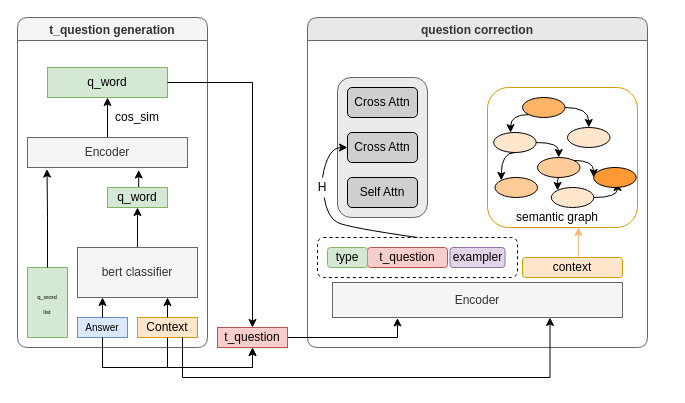
This is allQG model .drawio from FantasyoO666/open-ended_question_ontology, a draw.io file, before an edit. Source tidied: cells renumbered, new cells numbered last; positions are measured from the earlier drawing's top-left corner, leaving out a move shared by most shapes. Both pictures are drawn from the tidied source at 100%, with x=0, y=0 at pixel (17, 17).
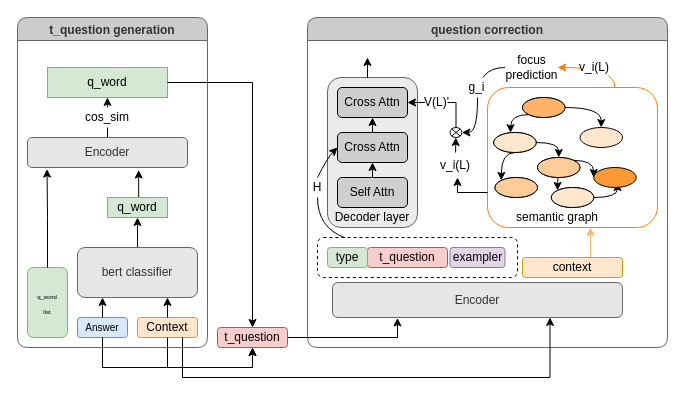
After the change.

The change refers to these unchanged cells:
```xml
<mxCell id="22" style="rounded=1;whiteSpace=wrap;html=1;fillColor=none;dashed=1;" parent="16" vertex="1">
  <mxGeometry x="10" y="220" width="200" height="40" as="geometry" />
</mxCell>
<mxCell id="33" style="ellipse;whiteSpace=wrap;html=1;rounded=1;fillColor=#FFB366;" parent="16" vertex="1">
  <mxGeometry x="215" y="80" width="42.5" height="20" as="geometry" />
</mxCell>
```

What changed in the source:
```diff
@@
-<mxGraphModel>
+<mxGraphModel background="#ffffff">
@@
-    <mxCell id="2" value="t_question generation" style="swimlane;fillColor=#f5f5f5;strokeColor=#666666;fontColor=#333333;rounded=1;" parent="1" vertex="1">
+    <mxCell id="2" value="t_question generation" style="swimlane;strokeColor=#666666;fontColor=#333333;rounded=1;fillColor=#CCCCCC;" parent="1" vertex="1">
       <mxGeometry width="190" height="330" as="geometry" />
     </mxCell>
-    <mxCell id="3" value="Context" style="rounded=0;whiteSpace=wrap;html=1;fillColor=#ffe6cc;strokeColor=#d79b00;" parent="2" vertex="1">
+    <mxCell id="3" value="Context" style="rounded=1;whiteSpace=wrap;html=1;fillColor=#ffe6cc;strokeColor=#d79b00;" parent="2" vertex="1">
       <mxGeometry x="120" y="300" width="60" height="20" as="geometry" />
     </mxCell>
-    <mxCell id="4" value="&lt;font style=&quot;font-size: 10px&quot;&gt;Answer&lt;/font&gt;" style="rounded=0;whiteSpace=wrap;html=1;fillColor=#dae8fc;strokeColor=#6c8ebf;" parent="2" vertex="1">
+    <mxCell id="4" value="&lt;font style=&quot;font-size: 10px&quot;&gt;Answer&lt;/font&gt;" style="rounded=1;whiteSpace=wrap;html=1;fillColor=#dae8fc;strokeColor=#6c8ebf;" parent="2" vertex="1">
       <mxGeometry x="60" y="300" width="50" height="20" as="geometry" />
     </mxCell>
@@
-    <mxCell id="6" value="bert classifier" style="rounded=0;whiteSpace=wrap;html=1;fillColor=#f5f5f5;strokeColor=#666666;fontColor=#333333;" parent="2" vertex="1">
+    <mxCell id="6" value="bert classifier" style="rounded=1;whiteSpace=wrap;html=1;strokeColor=#666666;fontColor=#333333;fillColor=#E6E6E6;" parent="2" vertex="1">
       <mxGeometry x="60" y="230" width="120" height="50" as="geometry" />
     </mxCell>
-    <mxCell id="7" value="&lt;font style=&quot;font-size: 6px&quot;&gt;q_word&lt;br style=&quot;font-size: 6px&quot;&gt;list&lt;/font&gt;" style="rounded=0;whiteSpace=wrap;html=1;fillColor=#d5e8d4;strokeColor=#82b366;" parent="2" vertex="1">
+    <mxCell id="7" value="&lt;font style=&quot;font-size: 6px&quot;&gt;q_word&lt;br style=&quot;font-size: 6px&quot;&gt;list&lt;/font&gt;" style="rounded=1;whiteSpace=wrap;html=1;fillColor=#d5e8d4;strokeColor=#82b366;" parent="2" vertex="1">
       <mxGeometry x="10" y="250" width="40" height="70" as="geometry" />
     </mxCell>
@@
     <mxCell id="10" value="q_word" style="whiteSpace=wrap;html=1;rounded=0;strokeColor=#82b366;fillColor=#d5e8d4;" parent="2" vertex="1">
-      <mxGeometry x="90" y="170" width="60" height="20" as="geometry" />
+      <mxGeometry x="90" y="180" width="60" height="20" as="geometry" />
     </mxCell>
@@
-    <mxCell id="12" value="Encoder" style="rounded=0;whiteSpace=wrap;html=1;fillColor=#f5f5f5;strokeColor=#666666;fontColor=#333333;" parent="2" vertex="1">
+    <mxCell id="12" value="Encoder" style="rounded=1;whiteSpace=wrap;html=1;strokeColor=#666666;fontColor=#333333;fillColor=#E6E6E6;" parent="2" vertex="1">
       <mxGeometry x="10" y="120" width="160" height="30" as="geometry" />
     </mxCell>
@@
-    <mxCell id="15" value="cos_sim" style="text;html=1;strokeColor=none;fillColor=none;align=center;verticalAlign=middle;whiteSpace=wrap;rounded=0;" parent="2" vertex="1">
-      <mxGeometry x="100" y="90" width="40" height="20" as="geometry" />
+    <mxCell id="15" value="cos_sim" style="text;html=1;strokeColor=none;align=center;verticalAlign=middle;whiteSpace=wrap;rounded=0;fillColor=#ffffff;" parent="2" vertex="1">
+      <mxGeometry x="70" y="90" width="40" height="20" as="geometry" />
     </mxCell>
-    <mxCell id="16" value="question correction" style="swimlane;strokeColor=#666666;fontColor=#333333;fillColor=#E8E8E8;rounded=1;" parent="1" vertex="1">
-      <mxGeometry x="290" width="340" height="330" as="geometry" />
+    <mxCell id="16" value="question correction" style="swimlane;rounded=1;strokeColor=#666666;fontColor=#333333;fillColor=#CCCCCC;" parent="1" vertex="1">
+      <mxGeometry x="290" width="360" height="330" as="geometry" />
     </mxCell>
-    <mxCell id="17" value="Encoder" style="rounded=0;whiteSpace=wrap;html=1;fillColor=#f5f5f5;strokeColor=#666666;fontColor=#333333;" parent="16" vertex="1">
+    <mxCell id="17" value="Encoder" style="rounded=1;whiteSpace=wrap;html=1;strokeColor=#666666;fontColor=#333333;fillColor=#E6E6E6;" parent="16" vertex="1">
       <mxGeometry x="25" y="265" width="290" height="35" as="geometry" />
     </mxCell>
@@
-    <mxCell id="23" value="type" style="rounded=1;whiteSpace=wrap;html=1;fillColor=#d5e8d4;strokeColor=#82b366;" parent="16" vertex="1">
+    <mxCell id="23" value="type" style="rounded=1;whiteSpace=wrap;html=1;strokeColor=#82b366;fillColor=#d5e8d4;" parent="16" vertex="1">
       <mxGeometry x="20" y="230" width="40" height="20" as="geometry" />
     </mxCell>
     <mxCell id="24" style="rounded=1;whiteSpace=wrap;html=1;strokeColor=#666666;fontColor=#333333;fillColor=#EBEBEB;" parent="16" vertex="1">
-      <mxGeometry x="30" y="60" width="90" height="140" as="geometry" />
+      <mxGeometry x="20" y="60" width="90" height="150" as="geometry" />
     </mxCell>
     <mxCell id="25" value="Self Attn" style="rounded=1;whiteSpace=wrap;html=1;fillColor=#CFCFCF;" parent="16" vertex="1">
-      <mxGeometry x="40" y="160" width="70" height="30" as="geometry" />
+      <mxGeometry x="30" y="160" width="70" height="30" as="geometry" />
     </mxCell>
+    <mxCell id="54" style="edgeStyle=orthogonalEdgeStyle;rounded=0;jettySize=auto;html=1;exitX=0.5;exitY=0;exitDx=0;exitDy=0;entryX=0.5;entryY=1;entryDx=0;entryDy=0;strokeColor=#000000;" parent="16" edge="1" source="26" target="27">
+      <mxGeometry relative="1" as="geometry" />
+    </mxCell>
     <mxCell id="26" value="Cross Attn" style="rounded=1;whiteSpace=wrap;html=1;fillColor=#CFCFCF;" parent="16" vertex="1">
-      <mxGeometry x="40" y="115" width="70" height="30" as="geometry" />
+      <mxGeometry x="30" y="115" width="70" height="30" as="geometry" />
     </mxCell>
     <mxCell id="27" value="Cross Attn" style="rounded=1;whiteSpace=wrap;html=1;fillColor=#CFCFCF;" parent="16" vertex="1">
-      <mxGeometry x="40" y="70" width="70" height="30" as="geometry" />
+      <mxGeometry x="30" y="70" width="70" height="30" as="geometry" />
     </mxCell>
     <mxCell id="28" value="H" style="rounded=1;whiteSpace=wrap;html=1;strokeColor=none;fillColor=none;" parent="16" vertex="1">
-      <mxGeometry y="160" width="30" height="20" as="geometry" />
+      <mxGeometry x="-5" y="160" width="30" height="20" as="geometry" />
     </mxCell>
-    <mxCell id="29" style="curved=1;endArrow=none;html=1;exitX=0.5;exitY=0;exitDx=0;exitDy=0;" parent="16" edge="1" source="22" target="28">
+    <mxCell id="29" style="curved=1;endArrow=none;html=1;exitX=0.138;exitY=0.01;exitDx=0;exitDy=0;exitPerimeter=0;" parent="16" edge="1" source="22" target="28">
       <mxGeometry relative="1" as="geometry">
         <Array as="points">
-          <mxPoint x="40" y="210" />
-          <mxPoint x="20" y="200" />
+          <mxPoint x="10" y="210" />
         </Array>
       </mxGeometry>
     </mxCell>
-    <mxCell id="30" style="rounded=1;whiteSpace=wrap;html=1;strokeColor=#d79b00;fillColor=none;" parent="16" vertex="1">
-      <mxGeometry x="180" y="70" width="150" height="140" as="geometry" />
+    <mxCell id="30" style="rounded=1;whiteSpace=wrap;html=1;fillColor=none;strokeColor=#FF8000;" parent="16" vertex="1">
+      <mxGeometry x="180" y="70" width="170" height="140" as="geometry" />
     </mxCell>
-    <mxCell id="31" style="edgeStyle=orthogonalEdgeStyle;curved=1;jettySize=auto;html=1;exitX=1;exitY=0.5;exitDx=0;exitDy=0;entryX=0.5;entryY=0;entryDx=0;entryDy=0;" parent="16" edge="1" source="33" target="34">
-      <mxGeometry relative="1" as="geometry" />
-    </mxCell>
@@
-    <mxCell id="34" style="ellipse;whiteSpace=wrap;html=1;rounded=1;fillColor=#ffe6cc;" parent="16" vertex="1">
-      <mxGeometry x="260" y="110" width="42.5" height="20" as="geometry" />
-    </mxCell>
@@
+    <mxCell id="55" value="v_i(L)" style="rounded=1;whiteSpace=wrap;html=1;strokeColor=none;" parent="16" vertex="1">
+      <mxGeometry x="130" y="135" width="36.2" height="25" as="geometry" />
+    </mxCell>
+    <mxCell id="56" style="edgeStyle=orthogonalEdgeStyle;rounded=0;jettySize=auto;html=1;entryX=1;entryY=0.5;entryDx=0;entryDy=0;strokeColor=#000000;" parent="16" edge="1" source="57" target="27">
+      <mxGeometry relative="1" as="geometry">
+        <Array as="points">
+          <mxPoint x="148" y="85" />
+        </Array>
+      </mxGeometry>
+    </mxCell>
+    <mxCell id="57" style="verticalLabelPosition=bottom;verticalAlign=top;html=1;shape=mxgraph.flowchart.or;rounded=1;" parent="16" vertex="1">
+      <mxGeometry x="142.5" y="110" width="11.9" height="10" as="geometry" />
+    </mxCell>
+    <mxCell id="58" style="edgeStyle=orthogonalEdgeStyle;jettySize=auto;html=1;exitX=0;exitY=0.5;exitDx=0;exitDy=0;entryX=1;entryY=0.5;entryDx=0;entryDy=0;entryPerimeter=0;strokeColor=#000000;curved=1;" parent="16" edge="1" source="59" target="57">
+      <mxGeometry relative="1" as="geometry">
+        <Array as="points">
+          <mxPoint x="170" y="50" />
+          <mxPoint x="170" y="115" />
+        </Array>
+      </mxGeometry>
+    </mxCell>
+    <mxCell id="59" value="focus prediction" style="rounded=1;whiteSpace=wrap;html=1;strokeColor=none;" parent="16" vertex="1">
+      <mxGeometry x="197.5" y="40" width="52.5" height="20" as="geometry" />
+    </mxCell>
+    <mxCell id="60" value="g_i" style="rounded=1;whiteSpace=wrap;html=1;strokeColor=none;" parent="16" vertex="1">
+      <mxGeometry x="159.2" y="60" width="20.8" height="20" as="geometry" />
+    </mxCell>
+    <mxCell id="61" style="edgeStyle=orthogonalEdgeStyle;curved=1;jettySize=auto;html=1;exitX=0.75;exitY=0;exitDx=0;exitDy=0;entryX=1;entryY=0.5;entryDx=0;entryDy=0;strokeColor=#FF8000;" parent="16" edge="1" source="30" target="59">
+      <mxGeometry relative="1" as="geometry">
+        <Array as="points">
+          <mxPoint x="308" y="50" />
+        </Array>
+      </mxGeometry>
+    </mxCell>
+    <mxCell id="62" value="v_i(L)" style="rounded=1;whiteSpace=wrap;html=1;strokeColor=none;" parent="16" vertex="1">
+      <mxGeometry x="273.8" y="40" width="26.2" height="20" as="geometry" />
+    </mxCell>
+    <mxCell id="63" value="V(L)'" style="rounded=0;whiteSpace=wrap;html=1;fillColor=#ffffff;strokeColor=none;" parent="16" vertex="1">
+      <mxGeometry x="117.5" y="75" width="22.5" height="20" as="geometry" />
+    </mxCell>
+    <mxCell id="64" style="ellipse;whiteSpace=wrap;html=1;rounded=1;fillColor=#FFB366;" parent="16" vertex="1">
+      <mxGeometry x="215" y="80" width="42.5" height="20" as="geometry" />
+    </mxCell>
+    <mxCell id="65" style="ellipse;whiteSpace=wrap;html=1;rounded=1;fillColor=#ffe6cc;" parent="16" vertex="1">
+      <mxGeometry x="186.2" y="115" width="42.5" height="20" as="geometry" />
+    </mxCell>
+    <mxCell id="66" style="ellipse;whiteSpace=wrap;html=1;rounded=1;fillColor=#FFCC99;" parent="16" vertex="1">
+      <mxGeometry x="187.5" y="160" width="42.5" height="20" as="geometry" />
+    </mxCell>
+    <mxCell id="67" style="ellipse;whiteSpace=wrap;html=1;rounded=1;fillColor=#FFCC99;" parent="16" vertex="1">
+      <mxGeometry x="230" y="140" width="42.5" height="20" as="geometry" />
+    </mxCell>
+    <mxCell id="68" style="ellipse;whiteSpace=wrap;html=1;rounded=1;fillColor=#ffe6cc;" parent="16" vertex="1">
+      <mxGeometry x="243.8" y="170" width="42.5" height="20" as="geometry" />
+    </mxCell>
+    <mxCell id="69" style="ellipse;whiteSpace=wrap;html=1;rounded=1;fillColor=#ffe6cc;" parent="16" vertex="1">
+      <mxGeometry x="272.5" y="110" width="42.5" height="20" as="geometry" />
+    </mxCell>
+    <mxCell id="70" style="edgeStyle=orthogonalEdgeStyle;curved=1;jettySize=auto;html=1;exitX=1;exitY=0.5;exitDx=0;exitDy=0;entryX=0.5;entryY=0;entryDx=0;entryDy=0;" parent="16" edge="1" source="64" target="69">
+      <mxGeometry relative="1" as="geometry" />
+    </mxCell>
+    <mxCell id="71" style="endArrow=classic;html=1;strokeColor=#000000;exitX=0.5;exitY=0;exitDx=0;exitDy=0;entryX=0.5;entryY=1;entryDx=0;entryDy=0;" parent="16" edge="1" source="25" target="26">
+      <mxGeometry relative="1" as="geometry" />
+    </mxCell>
+    <mxCell id="72" value="Decoder layer" style="text;html=1;strokeColor=none;fillColor=none;align=center;verticalAlign=middle;whiteSpace=wrap;rounded=0;" parent="16" vertex="1">
+      <mxGeometry x="15" y="190" width="100" height="20" as="geometry" />
+    </mxCell>
@@
-    <mxCell id="48" value="t_question" style="rounded=0;whiteSpace=wrap;html=1;fillColor=#f8cecc;strokeColor=#b85450;" parent="1" vertex="1">
+    <mxCell id="48" value="t_question" style="rounded=1;whiteSpace=wrap;html=1;fillColor=#f8cecc;strokeColor=#b85450;" parent="1" vertex="1">
       <mxGeometry x="200" y="310" width="70" height="20" as="geometry" />
     </mxCell>
@@
     <mxCell id="53" style="curved=1;endArrow=classic;html=1;exitX=0.5;exitY=0;exitDx=0;exitDy=0;startArrow=none;" parent="1" edge="1" source="28">
       <mxGeometry relative="1" as="geometry">
-        <mxPoint x="330" y="130" as="targetPoint" />
+        <mxPoint x="320" y="130" as="targetPoint" />
         <Array as="points">
-          <mxPoint x="310" y="130" />
+          <mxPoint x="310" y="140" />
+          <mxPoint x="320" y="130" />
         </Array>
       </mxGeometry>
     </mxCell>
+    <mxCell id="73" style="edgeStyle=orthogonalEdgeStyle;jettySize=auto;html=1;exitX=0;exitY=0.75;exitDx=0;exitDy=0;strokeColor=#000000;rounded=0;" parent="1" edge="1" source="30">
+      <mxGeometry relative="1" as="geometry">
+        <mxPoint x="440" y="160" as="targetPoint" />
+        <Array as="points">
+          <mxPoint x="440" y="175" />
+        </Array>
+      </mxGeometry>
+    </mxCell>
+    <mxCell id="74" style="edgeStyle=orthogonalEdgeStyle;rounded=0;jettySize=auto;html=1;exitX=0.5;exitY=0;exitDx=0;exitDy=0;strokeColor=#000000;" parent="1" edge="1" source="55">
+      <mxGeometry relative="1" as="geometry">
+        <mxPoint x="438.3" y="120" as="targetPoint" />
+      </mxGeometry>
+    </mxCell>
+    <mxCell id="75" style="endArrow=classic;html=1;rounded=0;" parent="1" edge="1">
+      <mxGeometry relative="1" as="geometry">
+        <mxPoint x="350" y="60" as="sourcePoint" />
+        <mxPoint x="350" y="40" as="targetPoint" />
+      </mxGeometry>
+    </mxCell>
```
